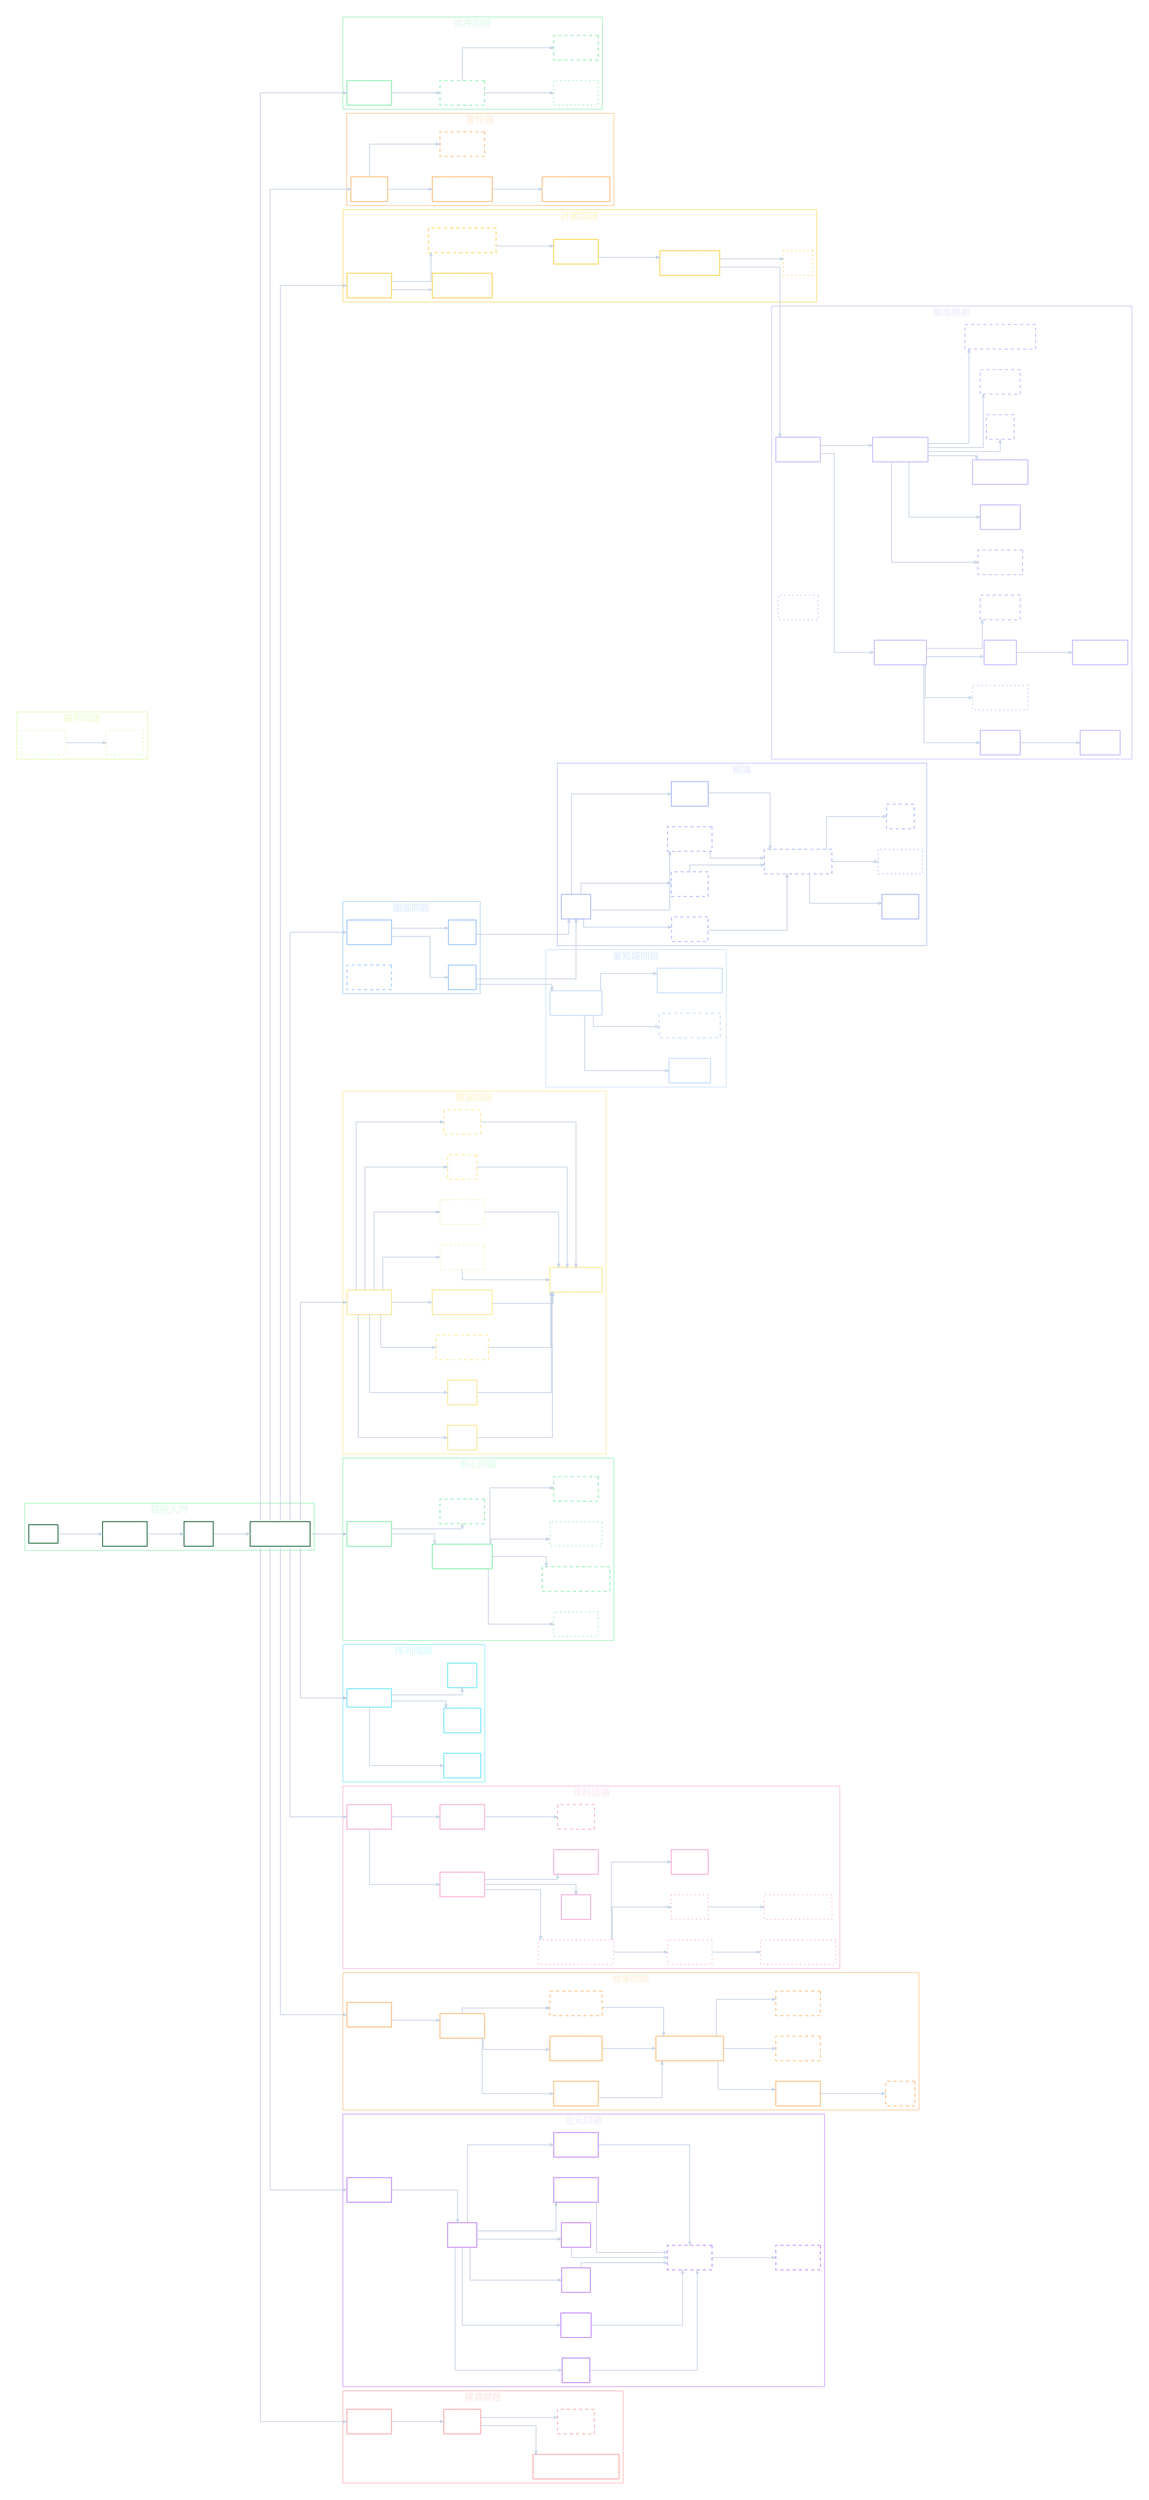
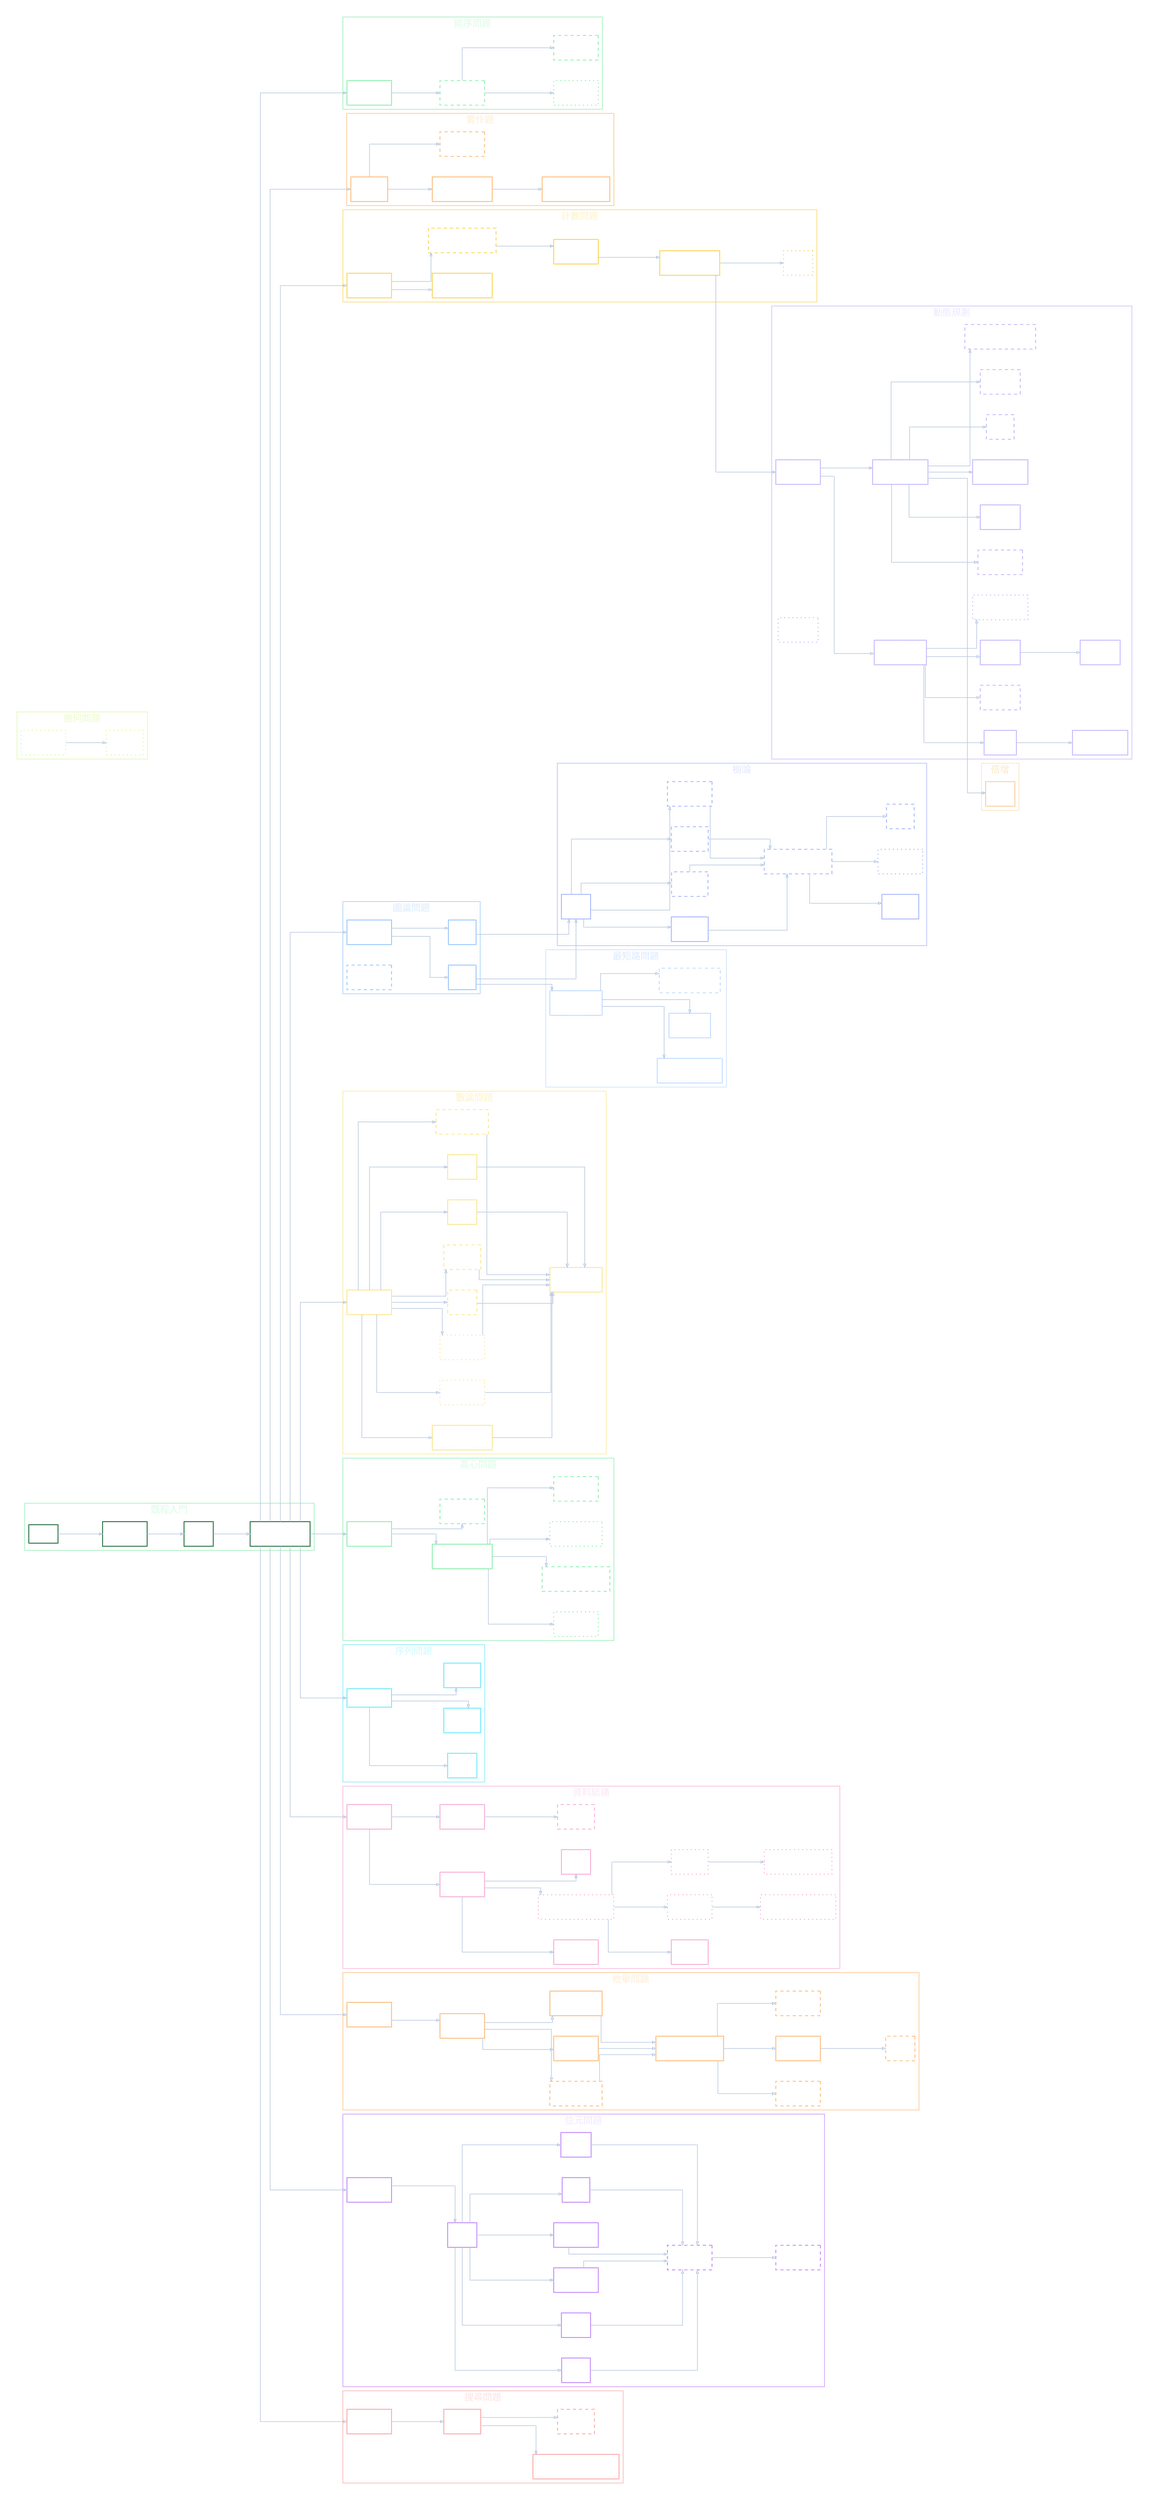
digraph CompetitiveProgrammingSkillTree {
  graph [
    rankdir=LR,
    bgcolor="transparent",
    splines=ortho,
    nodesep=0.55,
    ranksep=1.0,
    pad=0.35,
    compound=true
  ];

  node [
    shape=rect,
    style=filled,
    fontname="Microsoft JhengHei",
    fontsize=15,
    margin="0.18,0.10",
    penwidth=1.6,
    color="#7A8A99",
    fontcolor="#ffffff"
  ];

  edge [
    color="#bacae0",
    arrowsize=0.65,
    penwidth=1.2
  ];

  subgraph cluster_cp_entry {
    label="競程入門";
    color="#86efac";
    fillcolor="#052e16";
    fontname="Microsoft JhengHei";
    fontcolor="#dcfce7";
    fontsize=18;

    node [fillcolor="transparent", color="#166534"]
    root1 [label="競程"];
    core1 [label="基礎語法\n[✪]"];
    core2 [label="陣列\n[✪]"];
    core3 [label="基礎 STL 工具\n[✪]"];
  }

  subgraph cluster_sort {
    label="排序問題";
    color="#86efac";
    fillcolor="#052e16";
    fontname="Microsoft JhengHei";
    fontcolor="#dcfce7";
    fontsize=18;

    node [fillcolor="transparent", color="#86efac"];
    sort1 [label="排序問題\n[✔]"];
    sort2 [label="交換問題\n[!?]", style="dashed"];
    sort3 [label="拓撲排序\n[?]", style="dotted"];
    sort4 [label="單調隊列\n[!?]", style="dashed"];
  }

  subgraph cluster_impl {
    label="實作題";
    color="#fdba74";
    fillcolor="#431407";
    fontname="Microsoft JhengHei";
    fontcolor="#ffedd5";
    fontsize=18;

    node [fillcolor="transparent", color="#fdba74"];
    impl1 [label="實作題\n[✔]"];
    impl2 [label="二維地圖實作\n[✔]"];
    impl3 [label="字串問題\n[!?]", style="dashed"];
    impl4 [label="六邊形地圖實作\n[✔]"]
  }

  impl2 -> impl4;

  subgraph cluster_count {
    label="計數問題";
    color="#fcd34d";
    fillcolor="#422006";
    fontname="Microsoft JhengHei";
    fontcolor="#fef3c7";
    fontsize=18;

    node [fillcolor="transparent", color="#fcd34d"];
    count1 [label="計數問題\n[✔]"];
    count4 [label="微掃描線問題\n[✔]"];
    count2 [label="等價類計數問題\n[!?]", style="dashed"];
    count3 [label="排容原理\n[✔]"];
    count5 [label="拆分子問題法\n[✔]"];
    div1 [label="分治\n[?]", style="dotted"];
  }

  count1 -> count4;

  subgraph cluster_dp {
    label="動態規劃";
    color="#c4b5fd";
    fillcolor="#2e1065";
    fontname="Microsoft JhengHei";
    fontcolor="#ede9fe";
    fontsize=18;

    node [fillcolor="transparent", color="#c4b5fd"];
    dp1 [label="動態規劃\n[✔]"];
    dp2 [label="背包問題\n[!?]", style="dashed"];
    dp3 [label="分段 dp\n[✔]"];
    dp4 [label="二維地圖 dp\n[✔]"];
    dp5 [label="區間 dp\n[✔]"];
    dp6 [label="賽局 dp\n[✔]"];
    dp7 [label="狀態壓縮 dp\n[?]", style="dotted"];
    dp8 [label="記憶化搜索\n[✔]"];
    dp9 [label="LCS\n[!?]", style="dashed"];
    dp10 [label="環狀 dp\n[!?]", style="dashed"];
    dp11 [label="樹 dp\n[✔]"];
    dp12 [label="子樹合併 dp\n[✔]"];
    dp13 [label="有權區間排程 dp\n[!?]", style="dashed"];
    dp14 [label="數位 dp\n[!?]", style="dashed"];
    dp15 [label="dp 狀態設計\n[✔]"];
    dp16 [label="dp 優化\n[?]", style="dotted"];
  }

  dp1 -> dp8;
  dp1 -> dp15;
  dp8 -> dp11;
  dp8 -> dp14;
  dp8 -> dp5;
  dp8 -> dp7;
  dp15 -> dp2;
  dp15 -> dp3;
  dp15 -> dp4;
  dp15 -> dp9;
  dp15 -> dp10;
  dp15 -> dp13;
  dp5 -> dp6;
  dp11 -> dp12;

  subgraph cluster_graph {
    label="圖論問題";
    color="#93c5fd";
    fillcolor="#172554";
    fontname="Microsoft JhengHei";
    fontcolor="#dbeafe";
    fontsize=18;

    node [fillcolor="transparent", color="#93c5fd"];
    g1 [label="圖論問題\n[✔]"];
    g2 [label="BFS\n[✔]"];
    g3 [label="DFS\n[✔]"];
    g4 [label="圖論建模\n[!?]", style="dashed"];
  }

  subgraph cluster_shortest_path {
    label="最短路問題";
    color="#bfdbfe";
    fillcolor="#1e3a8a";
    fontname="Microsoft JhengHei";
    fontcolor="#dbeafe";
    fontsize=18;

    node [fillcolor="transparent", color="#bfdbfe"];
    sp1 [label="最短路問題\n[✔]"];
    sp2 [label="Dijkstra\n[✔]"];
    sp3 [label="Bellman Ford\n[!?]", style="dashed"];
    sp4 [label="Floyd Warshall\n[✔]"];
  }

  subgraph cluster_tree {
    label="樹論";
    color="#a5b4fc";
    fillcolor="#312e81";
    fontname="Microsoft JhengHei";
    fontcolor="#e0e7ff";
    fontsize=18;

    node [fillcolor="transparent", color="#a5b4fc"];
    tree1 [label="樹論\n[✔]"];
    tree2 [label="BFS 樹\n[!?]", style="dashed"];
    tree3 [label="DFS 樹\n[!?]", style="dashed"];
    tree4 [label="前中後序\n[!?]", style="dashed"];
    tree5 [label="二分樹\n[✔]"];
    tree6 [label="更難的樹論問題\n[!?]", style="dashed"];
    tree7 [label="樹壓平\n[✔]"];
    tree8 [label="樹上差分\n[?]", style="dotted"];
    tree9 [label="LCA\n[!?]", style="dashed"];
  }

  subgraph cluster_number {
    label="數論問題";
    color="#fde68a";
    fillcolor="#451a03";
    fontname="Microsoft JhengHei";
    fontcolor="#fef3c7";
    fontsize=18;

    node [fillcolor="transparent", color="#fde68a"];
    num1 [label="數論問題\n[✔]"];
    num2 [label="取餘\n[✔]"];
    num3 [label="篩法\n[✔]"];
    num4 [label="質因數分解\n[!?]", style="dashed"];
    num5 [label="因數倍數問題\n[✔]"];
    num6 [label="進制系統\n[?]", style="dotted"];
    num7 [label="大數運算\n[?]", style="dotted"];
    num8 [label="機率\n[!?]", style="dashed"];
    num9 [label="期望值\n[!?]", style="dashed"];
    math1 [label="數學式化簡\n[✔]"];
  }

  num1 -> num8;
  num1 -> num9;
  num8 -> math1;
  num9 -> math1;

  subgraph cluster_greedy {
    label="貪心問題";
    color="#86efac";
    fillcolor="#052e16";
    fontname="Microsoft JhengHei";
    fontcolor="#dcfce7";
    fontsize=18;

    node [fillcolor="transparent", color="#86efac"];
    gr1 [label="貪心問題\n[✔]"];
    gr2 [label="貪心基本思維\n[✔]"];
    gr3 [label="貪心證明\n[!?]", style="dashed"];
    gr4 [label="區間貪心\n[?]", style="dotted"];
    gr5 [label="構造上下界問題\n[!?]", style="dashed"];
    gr6 [label="子序列貪心\n[?]", style="dotted"];
    gr7 [label="配對問題\n[!?]", style="dashed"];
  }

  subgraph cluster_sequence {
    label="序列問題";
    color="#67e8f9";
    fillcolor="#164e63";
    fontname="Microsoft JhengHei";
    fontcolor="#cffafe";
    fontsize=18;

    node [fillcolor="transparent", color="#67e8f9"];
    seq1 [label="序列問題"];
    seq2 [label="雙指標\n[✔]"];
    seq3 [label="前綴和\n[✔]"];
    seq4 [label="差分\n[✔]"];
  }

  subgraph cluster_ds {
    label="資料結構";
    color="#f9a8d4";
    fillcolor="#500724";
    fontname="Microsoft JhengHei";
    fontcolor="#fce7f3";
    fontsize=18;

    node [fillcolor="transparent", color="#f9a8d4"];
    ds1 [label="資料結構\n[✔]"];
    ds2 [label="序列容器\n[✔]"];
    ds3 [label="關聯容器\n[✔]"];
    ds4 [label="哈希表\n[!?]", style="dashed"];
    ds5 [label="更複雜的資料結構\n[?]", style="dotted"];
    ds6 [label="樹狀陣列\n[?]", style="dotted"];
    ds7 [label="稀疏表\n[?]", style="dotted"];
    ds8 [label="線段樹\n[✔]"];
    ds9 [label="樹狀陣列上二分搜\n[?]", style="dotted"];
    ds10 [label="稀疏表上二分搜\n[?]", style="dotted"];
    ds11 [label="堆疊\n[✔]"];
    ds12 [label="優先序列\n[✔]"];
  }

  ds2 -> ds11;
  ds2 -> ds12;

  subgraph cluster_enum {
    label="枚舉問題";
    color="#fdba74";
    fillcolor="#431407";
    fontname="Microsoft JhengHei";
    fontcolor="#ffedd5";
    fontsize=18;

    node [fillcolor="transparent", color="#fdba74"];
    enum1 [label="枚舉問題\n[✔]"];
    enum2 [label="暴力枚舉\n[✔]"];
    enum3 [label="二元枚舉\n[✔]"];
    enum4 [label="全排列枚舉\n[✔]"];
    enum5 [label="聰明的枚舉\n[!?]", style="dashed"];
    enum6 [label="更難的枚舉問題\n[✔]"];
    enum7 [label="遞迴枚舉\n[✔]"];
    enum8 [label="折半枚舉\n[!?]", style="dashed"];
    enum9 [label="剪枝\n[!?]", style="dashed"];
    enum10 [label="枚舉倍數\n[!?]", style="dashed"];
  }

  subgraph cluster_bit {
    label="位元問題";
    color="#c084fc";
    fillcolor="#3b0764";
    fontname="Microsoft JhengHei";
    fontcolor="#f3e8ff";
    fontsize=18;

    node [fillcolor="transparent", color="#c084fc"];
    bit1 [label="位元問題\n[✔]"];
    bit2 [label="位元\n[✔]"];
    bit3 [label="OR\n[✔]"];
    bit4 [label="AND\n[✔]"];
    bit5 [label="XOR\n[✔]"];
    bit6 [label="NOT\n[✔]"];
    bit7 [label="位元左移\n[✔]"];
    bit8 [label="位元右移\n[✔]"];
    bit9 [label="位元函式\n[!?]", style="dashed"];
    bit10 [label="狀態壓縮\n[!?]", style="dashed"];
  }

  subgraph cluster_search {
    label="搜尋問題";
    color="#fca5a5";
    fillcolor="#450a0a";
    fontname="Microsoft JhengHei";
    fontcolor="#fee2e2";
    fontsize=18;

    node [fillcolor="transparent", color="#fca5a5"];
    search1 [label="搜尋問題\n[✔]"];
    search2 [label="二分搜\n[✔]"];
    search3 [label="lower / upper bound\n[✔]"];
    search4 [label="三分搜\n[!?]", style="dashed"];
  }

  subgraph cluster_geometry {
    label="幾何問題";
    color="#d9f99d";
    fillcolor="#1a2e05";
    fontname="Microsoft JhengHei";
    fontcolor="#ecfccb";
    fontsize=18;

    node [fillcolor="transparent", color="#d9f99d"];
    geo1 [label="幾何問題\n[?]", style="dotted"];
    geo2 [label="掃描線\n[?]", style="dotted"];
  }

  geo1 -> geo2;

+   subgraph cluster_binary_lifting {
+     label="倍增";
+     color="#f9dc9ddc";
+     fontname="Microsoft JhengHei";
+     fontsize=18;
+     fontcolor="#fceacb";
+ 
+     node [fillcolor="transparent", color="#f9ce9d"];
+     bl1 [label="倍增\n[✔]"];
+   }
+ 
+   dp15 -> bl1;
+ 
  root1 -> core1;
  core1 -> core2;
  core2 -> core3;

  core3 -> sort1;
  core3 -> impl1;
  core3 -> count1;
  core3 -> g1;
  core3 -> num1;
  core3 -> gr1;
  core3 -> seq1;
  core3 -> ds1;
  core3 -> enum1;
  core3 -> bit1;
  core3 -> search1;

  sort1 -> sort2;
  sort2 -> sort3;
  sort2 -> sort4;

  impl1 -> impl2;
  impl1 -> impl3;

  count1 -> count2;
  count2 -> count3;
  count3 -> count5;
  count5 -> dp1;
  count5 -> div1;

  g1 -> g2;
  g1 -> g3;
  g2 -> sp1;
  g2 -> tree1;
  g3 -> tree1;

  sp1 -> sp2;
  sp1 -> sp3;
  sp1 -> sp4;

  tree1 -> tree2;
  tree1 -> tree3;
  tree1 -> tree4;
  tree1 -> tree5;
  tree2 -> tree6;
  tree3 -> tree6;
  tree4 -> tree6;
  tree5 -> tree6;
  tree6 -> tree7;
  tree6 -> tree8;
  tree6 -> tree9;

  num1 -> num2;
  num1 -> num3;
  num1 -> num4;
  num1 -> num5;
  num1 -> num6;
  num1 -> num7;
  num2 -> math1;
  num3 -> math1;
  num4 -> math1;
  num5 -> math1;
  num6 -> math1;
  num7 -> math1;

  gr1 -> gr2;
  gr1 -> gr3;
  gr2 -> gr4;
  gr2 -> gr5;
  gr2 -> gr6;
  gr2 -> gr7;

  seq1 -> seq2;
  seq1 -> seq3;
  seq1 -> seq4;

  ds1 -> ds2;
  ds1 -> ds3;
  ds2 -> ds5;
  ds3 -> ds4;
  ds5 -> ds6;
  ds5 -> ds7;
  ds5 -> ds8;
  ds6 -> ds9;
  ds7 -> ds10;

  enum1 -> enum2;
  enum2 -> enum3;
  enum2 -> enum4;
  enum2 -> enum5;
  enum3 -> enum6;
  enum4 -> enum6;
  enum5 -> enum6;
  enum6 -> enum7;
  enum6 -> enum8;
  enum6 -> enum10;
  enum7 -> enum9;

  bit1 -> bit2;
  bit2 -> bit3;
  bit2 -> bit4;
  bit2 -> bit5;
  bit2 -> bit6;
  bit2 -> bit7;
  bit2 -> bit8;
  bit3 -> bit9;
  bit4 -> bit9;
  bit5 -> bit9;
  bit6 -> bit9;
  bit7 -> bit9;
  bit8 -> bit9;
  bit9 -> bit10;

  search1 -> search2;
  search2 -> search3;
  search2 -> search4;
}
